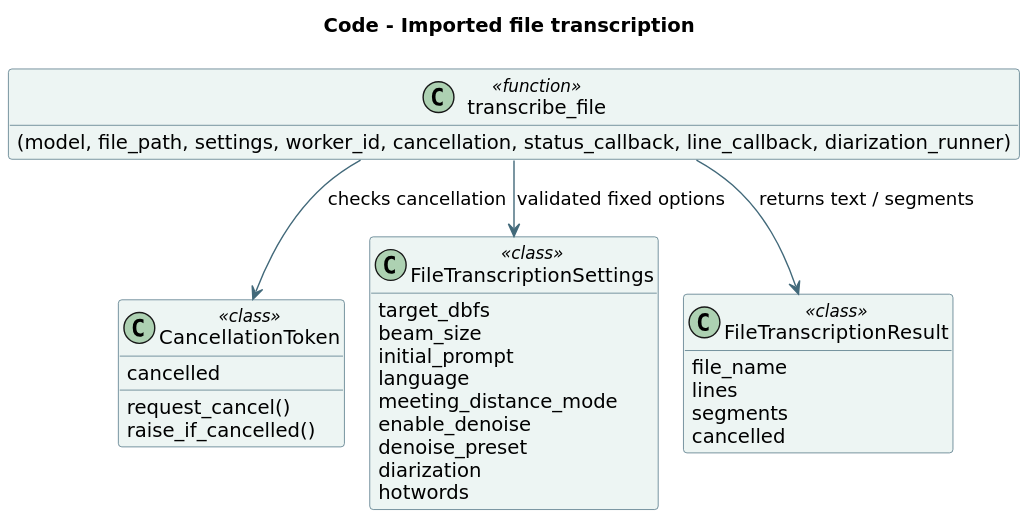
Earlier version of the PlantUML export docs/architecture/c4/code/C4_FileTranscription.svg (JasonLn0711/project_aura).
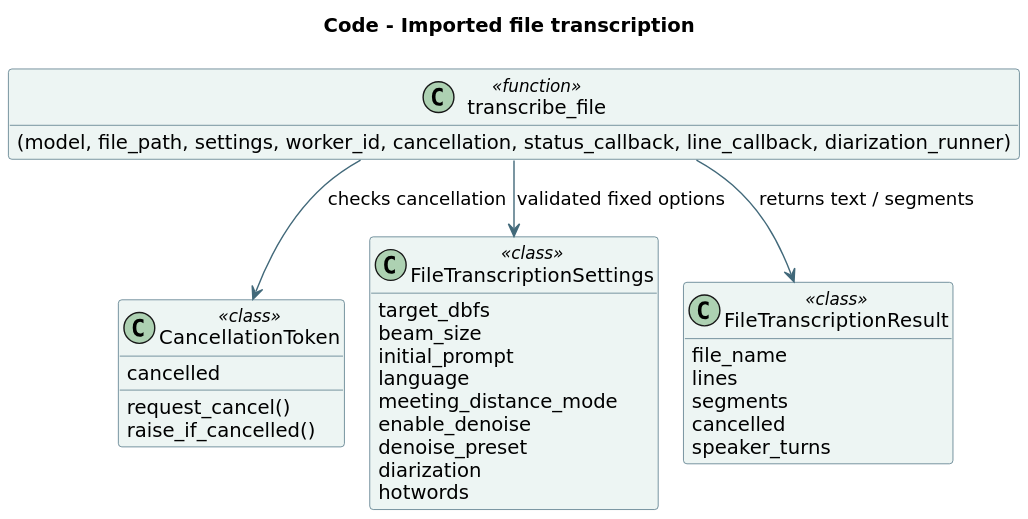
After the commit.

What changed in the source:
```diff
@@ -29,8 +29,9 @@
   lines
   segments
   cancelled
+  speaker_turns
 }
-class "transcribe_file" as transcribe_file <<function>> [[https://github.com/JasonLn0711/project_aura/blob/main/src/aura/asr/file_pipeline.py#L283]] {
+class "transcribe_file" as transcribe_file <<function>> [[https://github.com/JasonLn0711/project_aura/blob/main/src/aura/asr/file_pipeline.py#L284]] {
   (model, file_path, settings, worker_id, cancellation, status_callback, line_callback, diarization_runner)
 }
 transcribe_file --> FileTranscriptionSettings : validated fixed options
```
